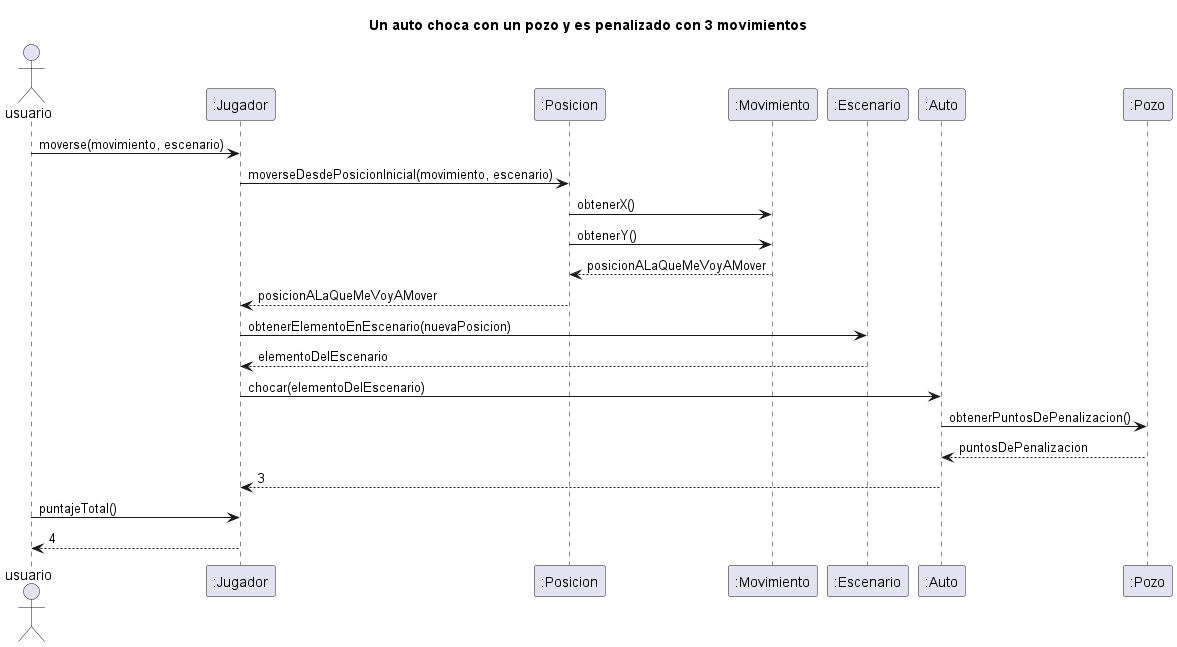
The PlantUML diagram diagrams/sequences/auto_choca_pozo.png in NestorPala/T17-GPSChallenge, before a commit. Its source is kept beside it as diagrams/sequences/auto_choca_pozo.puml.
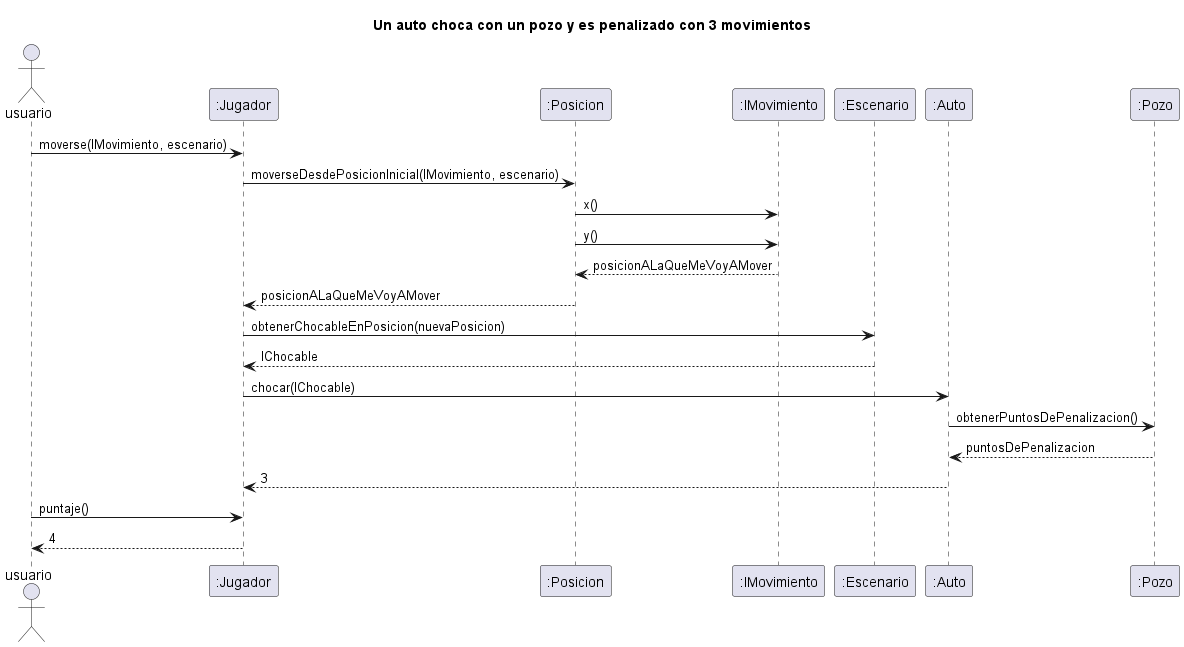
The same file after the commit.

Change to the diagram source:
```diff
@@ -2,19 +2,19 @@
 title Un auto choca con un pozo y es penalizado con 3 movimientos
 Actor usuario
 
-"usuario" -> ":Jugador": moverse(movimiento, escenario)
-":Jugador" -> ":Posicion": moverseDesdePosicionInicial(movimiento, escenario)
-":Posicion" -> ":Movimiento": obtenerX()
-":Posicion" -> ":Movimiento": obtenerY()
+"usuario" -> ":Jugador": moverse(IMovimiento, escenario)
+":Jugador" -> ":Posicion": moverseDesdePosicionInicial(IMovimiento, escenario)
+":Posicion" -> ":IMovimiento": x()
+":Posicion" -> ":IMovimiento": y()
 return posicionALaQueMeVoyAMover
 ":Posicion" --> ":Jugador": posicionALaQueMeVoyAMover
-":Jugador" -> ":Escenario": obtenerElementoEnEscenario(nuevaPosicion)
-":Escenario" --> ":Jugador": elementoDelEscenario
-":Jugador" -> ":Auto": chocar(elementoDelEscenario)
+":Jugador" -> ":Escenario": obtenerChocableEnPosicion(nuevaPosicion)
+":Escenario" --> ":Jugador": IChocable
+":Jugador" -> ":Auto": chocar(IChocable)
 ":Auto" -> ":Pozo": obtenerPuntosDePenalizacion()
 return puntosDePenalizacion
 ":Auto" --> ":Jugador": 3
-"usuario" -> ":Jugador": puntajeTotal()
+"usuario" -> ":Jugador": puntaje()
 return 4
 
 @enduml
```
